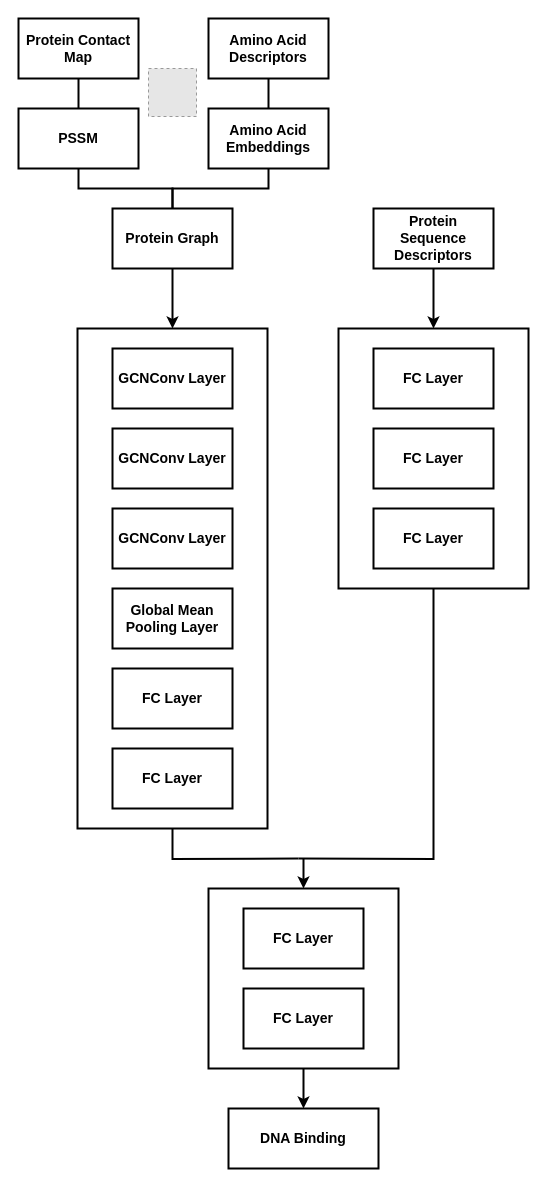
Before: Diagrams/Embeddings_NN_Architecture.drawio in GeorgeIniatis/AlphaFold_Dataset_Drug_Binding_Prediction, a draw.io diagram. Source tidied: cells renumbered, new cells numbered last; positions are measured from the earlier drawing's top-left corner, leaving out a move shared by most shapes. Both pictures are drawn from the tidied source at 100%, with x=0, y=0 at pixel (18, 18). Pictures stored in the file or linked from it are replaced by grey dashed boxes.
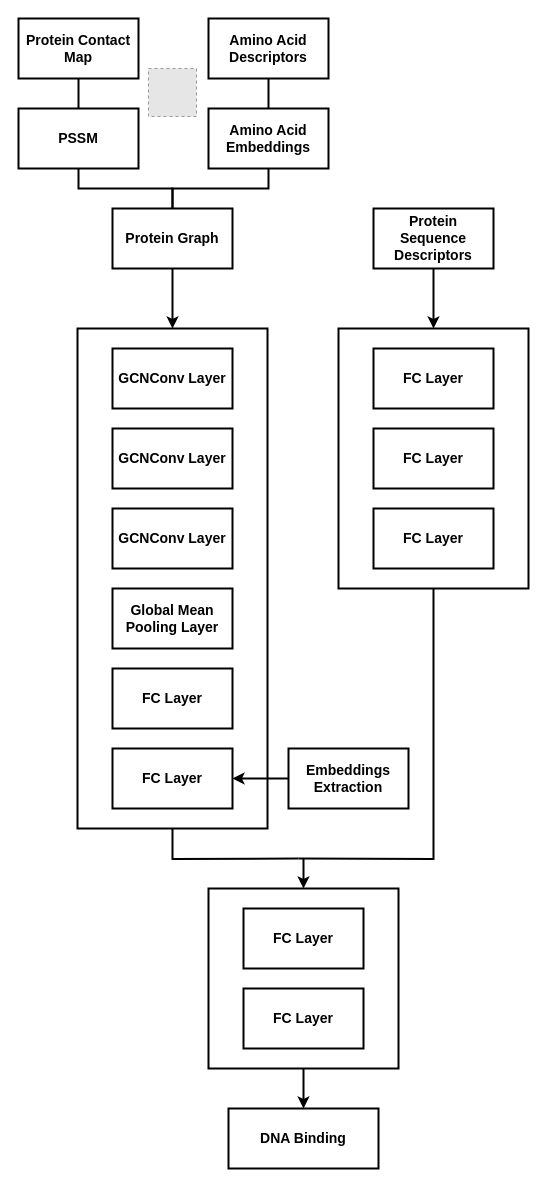
The same diagram, later.

The change refers to these unchanged cells:
```xml
<mxCell id="15" value="&lt;b&gt;&lt;font style=&quot;font-size: 14px;&quot;&gt;FC Layer&lt;/font&gt;&lt;/b&gt;" style="rounded=0;whiteSpace=wrap;html=1;strokeWidth=2;" parent="1" vertex="1">
  <mxGeometry x="94" y="730" width="120" height="60" as="geometry" />
</mxCell>
```

What changed in the source:
```diff
@@
+    <mxCell id="34" style="edgeStyle=orthogonalEdgeStyle;rounded=0;jettySize=auto;html=1;entryX=1;entryY=0.5;entryDx=0;entryDy=0;strokeWidth=2;" parent="1" edge="1" source="35" target="15">
+      <mxGeometry relative="1" as="geometry" />
+    </mxCell>
+    <mxCell id="35" value="&lt;b&gt;&lt;font style=&quot;font-size: 14px;&quot;&gt;Embeddings Extraction&lt;/font&gt;&lt;/b&gt;" style="rounded=0;whiteSpace=wrap;html=1;strokeWidth=2;strokeColor=default;" parent="1" vertex="1">
+      <mxGeometry x="270" y="730" width="120" height="60" as="geometry" />
+    </mxCell>
```
